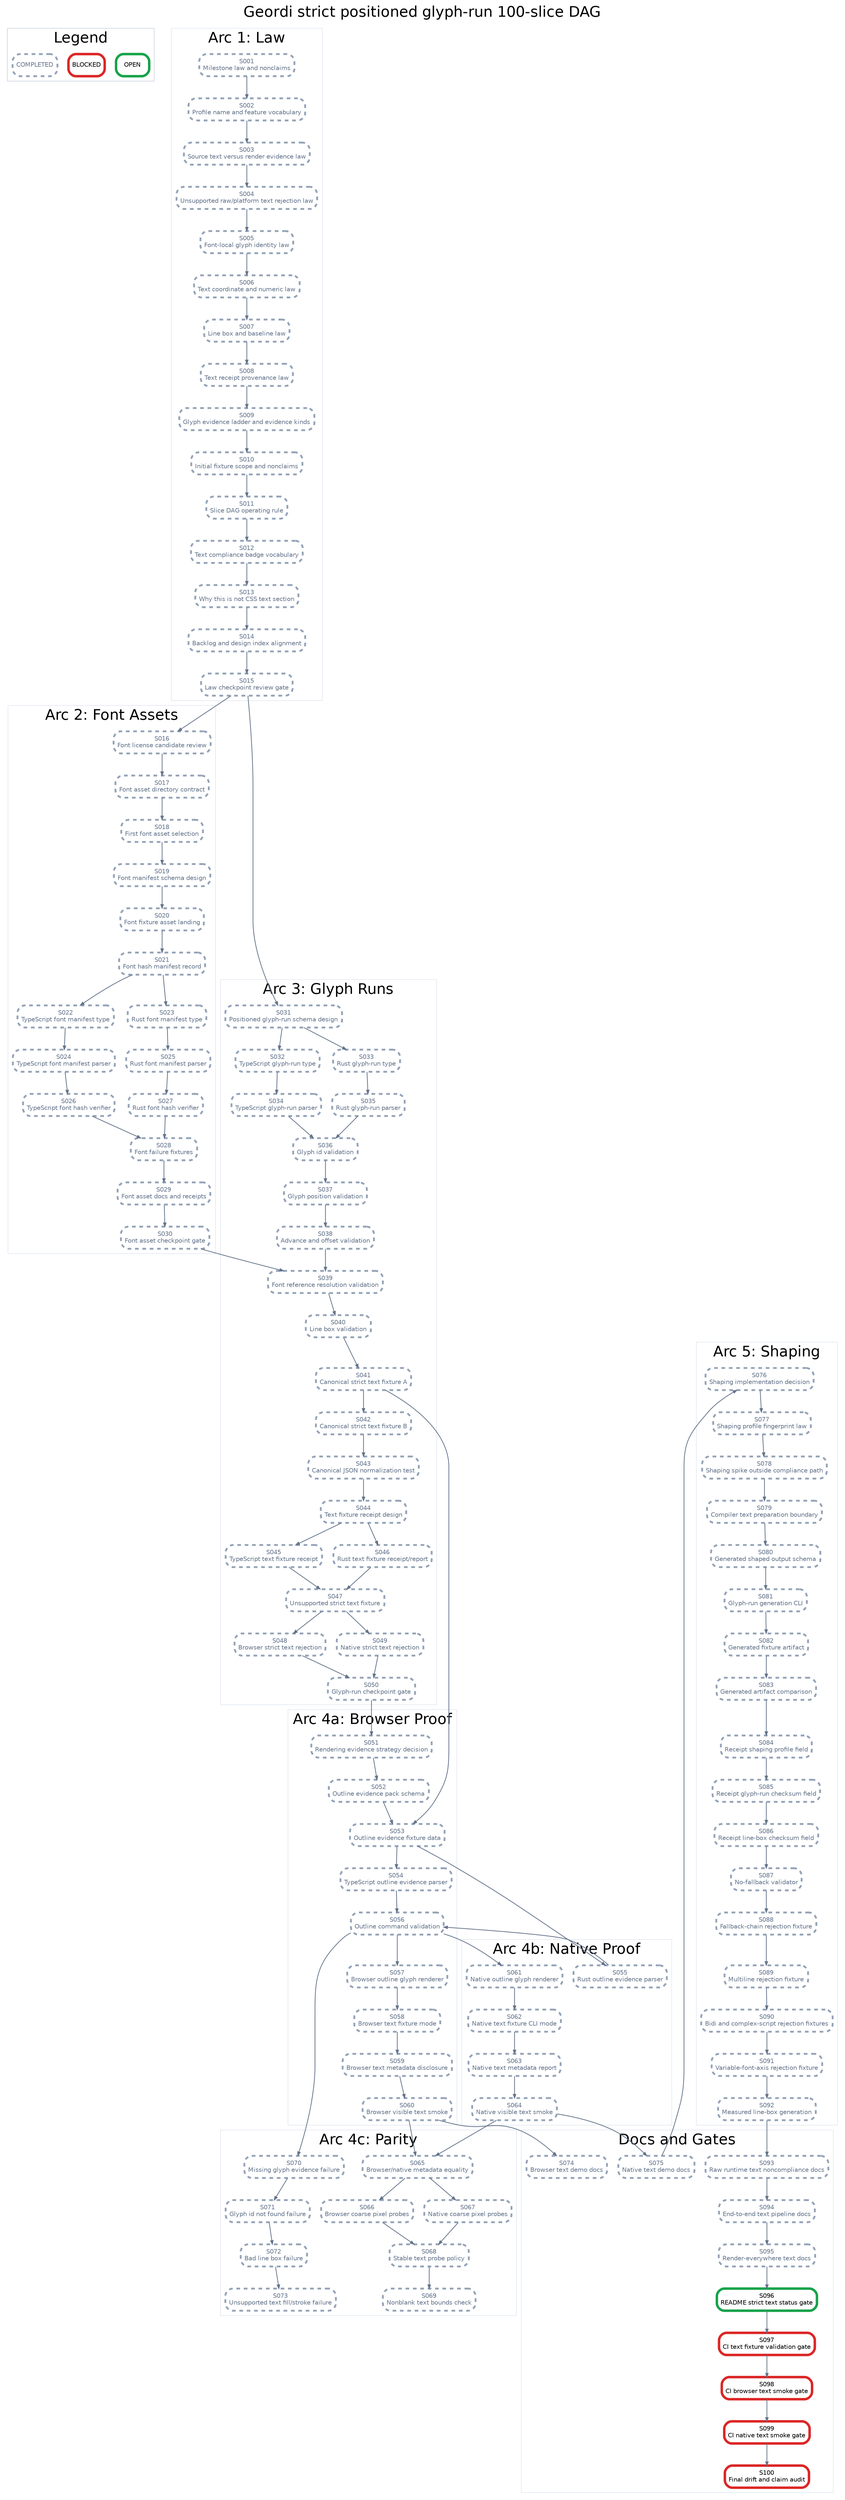
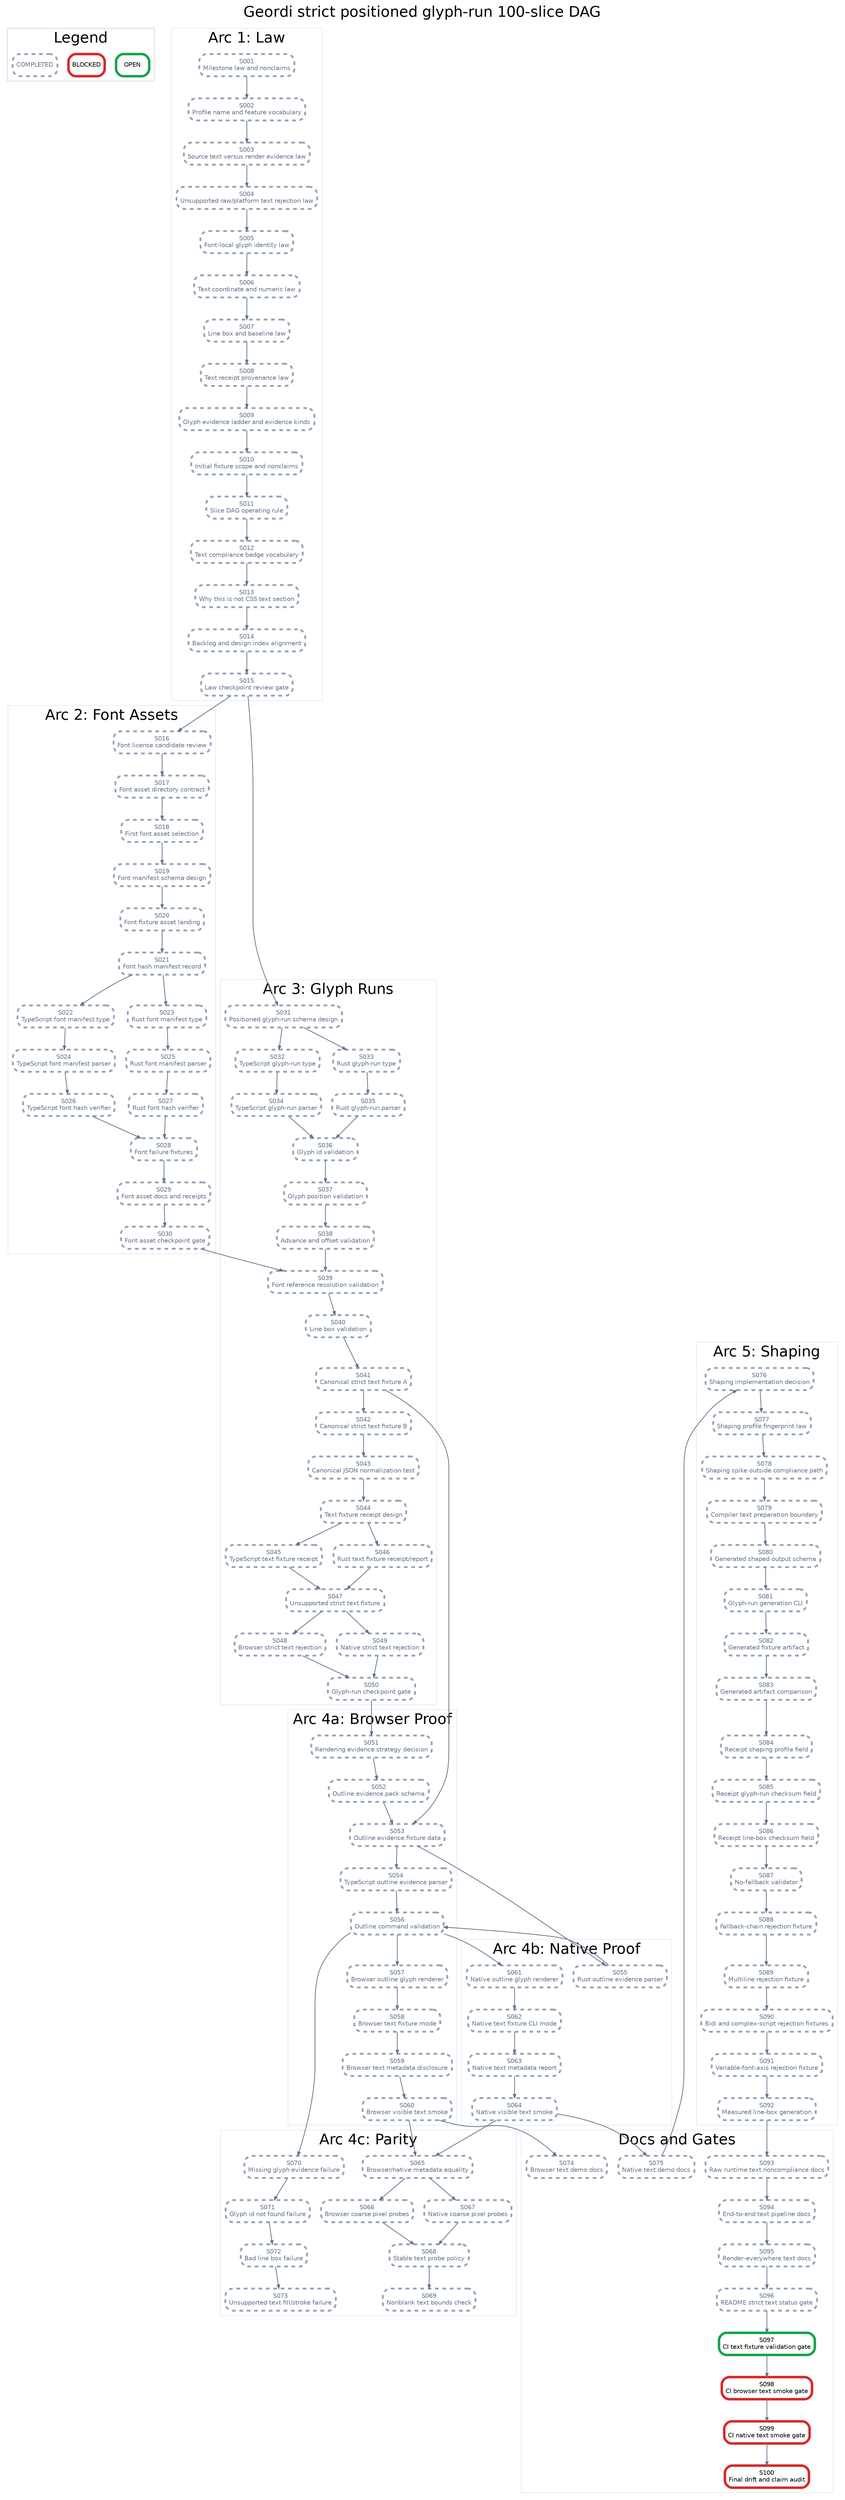
digraph StrictPositionedGlyphRunPlan {
  graph [rankdir=TB, bgcolor="white", fontname="Helvetica", label="Geordi strict positioned glyph-run 100-slice DAG", labelloc="t", fontsize=24];
  node [shape=box, style="rounded,filled", fillcolor="white", fontname="Helvetica", fontsize=10, margin="0.08,0.05"];
  edge [color="#64748b", arrowsize=0.6, penwidth=1.2];

  subgraph cluster_legend {
    label="Legend";
    color="#cbd5e1";
    legend_open [label="OPEN", color="#16a34a", penwidth=4];
    legend_blocked [label="BLOCKED", color="#dc2626", penwidth=4];
    legend_done [label="COMPLETED", color="#94a3b8", penwidth=3, style="rounded,filled,dashed", fontcolor="#64748b"];
  }

  subgraph cluster_law {
    label="Arc 1: Law";
    color="#e2e8f0";
    S001 [label="S001\nMilestone law and nonclaims", color="#94a3b8", penwidth=3, style="rounded,filled,dashed", fontcolor="#64748b"];
    S002 [label="S002\nProfile name and feature vocabulary", color="#94a3b8", penwidth=3, style="rounded,filled,dashed", fontcolor="#64748b"];
    S003 [label="S003\nSource text versus render evidence law", color="#94a3b8", penwidth=3, style="rounded,filled,dashed", fontcolor="#64748b"];
    S004 [label="S004\nUnsupported raw/platform text rejection law", color="#94a3b8", penwidth=3, style="rounded,filled,dashed", fontcolor="#64748b"];
    S005 [label="S005\nFont-local glyph identity law", color="#94a3b8", penwidth=3, style="rounded,filled,dashed", fontcolor="#64748b"];
    S006 [label="S006\nText coordinate and numeric law", color="#94a3b8", penwidth=3, style="rounded,filled,dashed", fontcolor="#64748b"];
    S007 [label="S007\nLine box and baseline law", color="#94a3b8", penwidth=3, style="rounded,filled,dashed", fontcolor="#64748b"];
    S008 [label="S008\nText receipt provenance law", color="#94a3b8", penwidth=3, style="rounded,filled,dashed", fontcolor="#64748b"];
    S009 [label="S009\nGlyph evidence ladder and evidence kinds", color="#94a3b8", penwidth=3, style="rounded,filled,dashed", fontcolor="#64748b"];
    S010 [label="S010\nInitial fixture scope and nonclaims", color="#94a3b8", penwidth=3, style="rounded,filled,dashed", fontcolor="#64748b"];
    S011 [label="S011\nSlice DAG operating rule", color="#94a3b8", penwidth=3, style="rounded,filled,dashed", fontcolor="#64748b"];
    S012 [label="S012\nText compliance badge vocabulary", color="#94a3b8", penwidth=3, style="rounded,filled,dashed", fontcolor="#64748b"];
    S013 [label="S013\nWhy this is not CSS text section", color="#94a3b8", penwidth=3, style="rounded,filled,dashed", fontcolor="#64748b"];
    S014 [label="S014\nBacklog and design index alignment", color="#94a3b8", penwidth=3, style="rounded,filled,dashed", fontcolor="#64748b"];
    S015 [label="S015\nLaw checkpoint review gate", color="#94a3b8", penwidth=3, style="rounded,filled,dashed", fontcolor="#64748b"];
  }

  subgraph cluster_assets {
    label="Arc 2: Font Assets";
    color="#e2e8f0";
    S016 [label="S016\nFont license candidate review", color="#94a3b8", penwidth=3, style="rounded,filled,dashed", fontcolor="#64748b"];
    S017 [label="S017\nFont asset directory contract", color="#94a3b8", penwidth=3, style="rounded,filled,dashed", fontcolor="#64748b"];
    S018 [label="S018\nFirst font asset selection", color="#94a3b8", penwidth=3, style="rounded,filled,dashed", fontcolor="#64748b"];
    S019 [label="S019\nFont manifest schema design", color="#94a3b8", penwidth=3, style="rounded,filled,dashed", fontcolor="#64748b"];
    S020 [label="S020\nFont fixture asset landing", color="#94a3b8", penwidth=3, style="rounded,filled,dashed", fontcolor="#64748b"];
    S021 [label="S021\nFont hash manifest record", color="#94a3b8", penwidth=3, style="rounded,filled,dashed", fontcolor="#64748b"];
    S022 [label="S022\nTypeScript font manifest type", color="#94a3b8", penwidth=3, style="rounded,filled,dashed", fontcolor="#64748b"];
    S023 [label="S023\nRust font manifest type", color="#94a3b8", penwidth=3, style="rounded,filled,dashed", fontcolor="#64748b"];
    S024 [label="S024\nTypeScript font manifest parser", color="#94a3b8", penwidth=3, style="rounded,filled,dashed", fontcolor="#64748b"];
    S025 [label="S025\nRust font manifest parser", color="#94a3b8", penwidth=3, style="rounded,filled,dashed", fontcolor="#64748b"];
    S026 [label="S026\nTypeScript font hash verifier", color="#94a3b8", penwidth=3, style="rounded,filled,dashed", fontcolor="#64748b"];
    S027 [label="S027\nRust font hash verifier", color="#94a3b8", penwidth=3, style="rounded,filled,dashed", fontcolor="#64748b"];
    S028 [label="S028\nFont failure fixtures", color="#94a3b8", penwidth=3, style="rounded,filled,dashed", fontcolor="#64748b"];
    S029 [label="S029\nFont asset docs and receipts", color="#94a3b8", penwidth=3, style="rounded,filled,dashed", fontcolor="#64748b"];
    S030 [label="S030\nFont asset checkpoint gate", color="#94a3b8", penwidth=3, style="rounded,filled,dashed", fontcolor="#64748b"];
  }

  subgraph cluster_glyph {
    label="Arc 3: Glyph Runs";
    color="#e2e8f0";
    S031 [label="S031\nPositioned glyph-run schema design", color="#94a3b8", penwidth=3, style="rounded,filled,dashed", fontcolor="#64748b"];
    S032 [label="S032\nTypeScript glyph-run type", color="#94a3b8", penwidth=3, style="rounded,filled,dashed", fontcolor="#64748b"];
    S033 [label="S033\nRust glyph-run type", color="#94a3b8", penwidth=3, style="rounded,filled,dashed", fontcolor="#64748b"];
    S034 [label="S034\nTypeScript glyph-run parser", color="#94a3b8", penwidth=3, style="rounded,filled,dashed", fontcolor="#64748b"];
    S035 [label="S035\nRust glyph-run parser", color="#94a3b8", penwidth=3, style="rounded,filled,dashed", fontcolor="#64748b"];
    S036 [label="S036\nGlyph id validation", color="#94a3b8", penwidth=3, style="rounded,filled,dashed", fontcolor="#64748b"];
    S037 [label="S037\nGlyph position validation", color="#94a3b8", penwidth=3, style="rounded,filled,dashed", fontcolor="#64748b"];
    S038 [label="S038\nAdvance and offset validation", color="#94a3b8", penwidth=3, style="rounded,filled,dashed", fontcolor="#64748b"];
    S039 [label="S039\nFont reference resolution validation", color="#94a3b8", penwidth=3, style="rounded,filled,dashed", fontcolor="#64748b"];
    S040 [label="S040\nLine box validation", color="#94a3b8", penwidth=3, style="rounded,filled,dashed", fontcolor="#64748b"];
    S041 [label="S041\nCanonical strict text fixture A", color="#94a3b8", penwidth=3, style="rounded,filled,dashed", fontcolor="#64748b"];
    S042 [label="S042\nCanonical strict text fixture B", color="#94a3b8", penwidth=3, style="rounded,filled,dashed", fontcolor="#64748b"];
    S043 [label="S043\nCanonical JSON normalization test", color="#94a3b8", penwidth=3, style="rounded,filled,dashed", fontcolor="#64748b"];
    S044 [label="S044\nText fixture receipt design", color="#94a3b8", penwidth=3, style="rounded,filled,dashed", fontcolor="#64748b"];
    S045 [label="S045\nTypeScript text fixture receipt", color="#94a3b8", penwidth=3, style="rounded,filled,dashed", fontcolor="#64748b"];
    S046 [label="S046\nRust text fixture receipt/report", color="#94a3b8", penwidth=3, style="rounded,filled,dashed", fontcolor="#64748b"];
    S047 [label="S047\nUnsupported strict text fixture", color="#94a3b8", penwidth=3, style="rounded,filled,dashed", fontcolor="#64748b"];
    S048 [label="S048\nBrowser strict text rejection", color="#94a3b8", penwidth=3, style="rounded,filled,dashed", fontcolor="#64748b"];
    S049 [label="S049\nNative strict text rejection", color="#94a3b8", penwidth=3, style="rounded,filled,dashed", fontcolor="#64748b"];
    S050 [label="S050\nGlyph-run checkpoint gate", color="#94a3b8", penwidth=3, style="rounded,filled,dashed", fontcolor="#64748b"];
  }

  subgraph cluster_browser {
    label="Arc 4a: Browser Proof";
    color="#e2e8f0";
    S051 [label="S051\nRendering evidence strategy decision", color="#94a3b8", penwidth=3, style="rounded,filled,dashed", fontcolor="#64748b"];
    S052 [label="S052\nOutline evidence pack schema", color="#94a3b8", penwidth=3, style="rounded,filled,dashed", fontcolor="#64748b"];
    S053 [label="S053\nOutline evidence fixture data", color="#94a3b8", penwidth=3, style="rounded,filled,dashed", fontcolor="#64748b"];
    S054 [label="S054\nTypeScript outline evidence parser", color="#94a3b8", penwidth=3, style="rounded,filled,dashed", fontcolor="#64748b"];
    S056 [label="S056\nOutline command validation", color="#94a3b8", penwidth=3, style="rounded,filled,dashed", fontcolor="#64748b"];
    S057 [label="S057\nBrowser outline glyph renderer", color="#94a3b8", penwidth=3, style="rounded,filled,dashed", fontcolor="#64748b"];
    S058 [label="S058\nBrowser text fixture mode", color="#94a3b8", penwidth=3, style="rounded,filled,dashed", fontcolor="#64748b"];
    S059 [label="S059\nBrowser text metadata disclosure", color="#94a3b8", penwidth=3, style="rounded,filled,dashed", fontcolor="#64748b"];
    S060 [label="S060\nBrowser visible text smoke", color="#94a3b8", penwidth=3, style="rounded,filled,dashed", fontcolor="#64748b"];
  }

  subgraph cluster_native {
    label="Arc 4b: Native Proof";
    color="#e2e8f0";
    S055 [label="S055\nRust outline evidence parser", color="#94a3b8", penwidth=3, style="rounded,filled,dashed", fontcolor="#64748b"];
    S061 [label="S061\nNative outline glyph renderer", color="#94a3b8", penwidth=3, style="rounded,filled,dashed", fontcolor="#64748b"];
    S062 [label="S062\nNative text fixture CLI mode", color="#94a3b8", penwidth=3, style="rounded,filled,dashed", fontcolor="#64748b"];
    S063 [label="S063\nNative text metadata report", color="#94a3b8", penwidth=3, style="rounded,filled,dashed", fontcolor="#64748b"];
    S064 [label="S064\nNative visible text smoke", color="#94a3b8", penwidth=3, style="rounded,filled,dashed", fontcolor="#64748b"];
  }

  subgraph cluster_parity {
    label="Arc 4c: Parity";
    color="#e2e8f0";
    S065 [label="S065\nBrowser/native metadata equality", color="#94a3b8", penwidth=3, style="rounded,filled,dashed", fontcolor="#64748b"];
    S066 [label="S066\nBrowser coarse pixel probes", color="#94a3b8", penwidth=3, style="rounded,filled,dashed", fontcolor="#64748b"];
    S067 [label="S067\nNative coarse pixel probes", color="#94a3b8", penwidth=3, style="rounded,filled,dashed", fontcolor="#64748b"];
    S068 [label="S068\nStable text probe policy", color="#94a3b8", penwidth=3, style="rounded,filled,dashed", fontcolor="#64748b"];
    S069 [label="S069\nNonblank text bounds check", color="#94a3b8", penwidth=3, style="rounded,filled,dashed", fontcolor="#64748b"];
    S070 [label="S070\nMissing glyph evidence failure", color="#94a3b8", penwidth=3, style="rounded,filled,dashed", fontcolor="#64748b"];
    S071 [label="S071\nGlyph id not found failure", color="#94a3b8", penwidth=3, style="rounded,filled,dashed", fontcolor="#64748b"];
    S072 [label="S072\nBad line box failure", color="#94a3b8", penwidth=3, style="rounded,filled,dashed", fontcolor="#64748b"];
    S073 [label="S073\nUnsupported text fill/stroke failure", color="#94a3b8", penwidth=3, style="rounded,filled,dashed", fontcolor="#64748b"];
  }

  subgraph cluster_shaping {
    label="Arc 5: Shaping";
    color="#e2e8f0";
    S076 [label="S076\nShaping implementation decision", color="#94a3b8", penwidth=3, style="rounded,filled,dashed", fontcolor="#64748b"];
    S077 [label="S077\nShaping profile fingerprint law", color="#94a3b8", penwidth=3, style="rounded,filled,dashed", fontcolor="#64748b"];
    S078 [label="S078\nShaping spike outside compliance path", color="#94a3b8", penwidth=3, style="rounded,filled,dashed", fontcolor="#64748b"];
    S079 [label="S079\nCompiler text preparation boundary", color="#94a3b8", penwidth=3, style="rounded,filled,dashed", fontcolor="#64748b"];
    S080 [label="S080\nGenerated shaped output schema", color="#94a3b8", penwidth=3, style="rounded,filled,dashed", fontcolor="#64748b"];
    S081 [label="S081\nGlyph-run generation CLI", color="#94a3b8", penwidth=3, style="rounded,filled,dashed", fontcolor="#64748b"];
    S082 [label="S082\nGenerated fixture artifact", color="#94a3b8", penwidth=3, style="rounded,filled,dashed", fontcolor="#64748b"];
    S083 [label="S083\nGenerated artifact comparison", color="#94a3b8", penwidth=3, style="rounded,filled,dashed", fontcolor="#64748b"];
    S084 [label="S084\nReceipt shaping profile field", color="#94a3b8", penwidth=3, style="rounded,filled,dashed", fontcolor="#64748b"];
    S085 [label="S085\nReceipt glyph-run checksum field", color="#94a3b8", penwidth=3, style="rounded,filled,dashed", fontcolor="#64748b"];
    S086 [label="S086\nReceipt line-box checksum field", color="#94a3b8", penwidth=3, style="rounded,filled,dashed", fontcolor="#64748b"];
    S087 [label="S087\nNo-fallback validator", color="#94a3b8", penwidth=3, style="rounded,filled,dashed", fontcolor="#64748b"];
    S088 [label="S088\nFallback-chain rejection fixture", color="#94a3b8", penwidth=3, style="rounded,filled,dashed", fontcolor="#64748b"];
    S089 [label="S089\nMultiline rejection fixture", color="#94a3b8", penwidth=3, style="rounded,filled,dashed", fontcolor="#64748b"];
    S090 [label="S090\nBidi and complex-script rejection fixtures", color="#94a3b8", penwidth=3, style="rounded,filled,dashed", fontcolor="#64748b"];
    S091 [label="S091\nVariable-font-axis rejection fixture", color="#94a3b8", penwidth=3, style="rounded,filled,dashed", fontcolor="#64748b"];
    S092 [label="S092\nMeasured line-box generation", color="#94a3b8", penwidth=3, style="rounded,filled,dashed", fontcolor="#64748b"];
  }

  subgraph cluster_docs {
    label="Docs and Gates";
    color="#e2e8f0";
    S074 [label="S074\nBrowser text demo docs", color="#94a3b8", penwidth=3, style="rounded,filled,dashed", fontcolor="#64748b"];
    S075 [label="S075\nNative text demo docs", color="#94a3b8", penwidth=3, style="rounded,filled,dashed", fontcolor="#64748b"];
    S093 [label="S093\nRaw runtime text noncompliance docs", color="#94a3b8", penwidth=3, style="rounded,filled,dashed", fontcolor="#64748b"];
    S094 [label="S094\nEnd-to-end text pipeline docs", color="#94a3b8", penwidth=3, style="rounded,filled,dashed", fontcolor="#64748b"];
    S095 [label="S095\nRender-everywhere text docs", color="#94a3b8", penwidth=3, style="rounded,filled,dashed", fontcolor="#64748b"];
-     S096 [label="S096\nREADME strict text status gate", color="#16a34a", penwidth=4];
-     S097 [label="S097\nCI text fixture validation gate", color="#dc2626", penwidth=4];
+     S096 [label="S096\nREADME strict text status gate", color="#94a3b8", penwidth=3, style="rounded,filled,dashed", fontcolor="#64748b"];
+     S097 [label="S097\nCI text fixture validation gate", color="#16a34a", penwidth=4];
    S098 [label="S098\nCI browser text smoke gate", color="#dc2626", penwidth=4];
    S099 [label="S099\nCI native text smoke gate", color="#dc2626", penwidth=4];
    S100 [label="S100\nFinal drift and claim audit", color="#dc2626", penwidth=4];
  }

  S001 -> S002;
  S002 -> S003;
  S003 -> S004;
  S004 -> S005;
  S005 -> S006;
  S006 -> S007;
  S007 -> S008;
  S008 -> S009;
  S009 -> S010;
  S010 -> S011;
  S011 -> S012;
  S012 -> S013;
  S013 -> S014;
  S014 -> S015;
  S015 -> S016;
  S016 -> S017;
  S017 -> S018;
  S018 -> S019;
  S019 -> S020;
  S020 -> S021;
  S021 -> S022;
  S021 -> S023;
  S022 -> S024;
  S023 -> S025;
  S024 -> S026;
  S025 -> S027;
  S026 -> S028;
  S027 -> S028;
  S028 -> S029;
  S029 -> S030;
  S015 -> S031;
  S031 -> S032;
  S031 -> S033;
  S032 -> S034;
  S033 -> S035;
  S034 -> S036;
  S035 -> S036;
  S036 -> S037;
  S037 -> S038;
  S038 -> S039;
  S039 -> S040;
  S030 -> S039;
  S040 -> S041;
  S041 -> S042;
  S042 -> S043;
  S043 -> S044;
  S044 -> S045;
  S044 -> S046;
  S045 -> S047;
  S046 -> S047;
  S047 -> S048;
  S047 -> S049;
  S048 -> S050;
  S049 -> S050;
  S050 -> S051;
  S051 -> S052;
  S052 -> S053;
  S041 -> S053;
  S053 -> S054;
  S053 -> S055;
  S054 -> S056;
  S055 -> S056;
  S056 -> S057;
  S057 -> S058;
  S058 -> S059;
  S059 -> S060;
  S056 -> S061;
  S061 -> S062;
  S062 -> S063;
  S063 -> S064;
  S060 -> S065;
  S064 -> S065;
  S065 -> S066;
  S065 -> S067;
  S066 -> S068;
  S067 -> S068;
  S068 -> S069;
  S056 -> S070;
  S070 -> S071;
  S071 -> S072;
  S072 -> S073;
  S060 -> S074;
  S064 -> S075;
  S075 -> S076;
  S076 -> S077;
  S077 -> S078;
  S078 -> S079;
  S079 -> S080;
  S080 -> S081;
  S081 -> S082;
  S082 -> S083;
  S083 -> S084;
  S084 -> S085;
  S085 -> S086;
  S086 -> S087;
  S087 -> S088;
  S088 -> S089;
  S089 -> S090;
  S090 -> S091;
  S091 -> S092;
  S092 -> S093;
  S093 -> S094;
  S094 -> S095;
  S095 -> S096;
  S096 -> S097;
  S097 -> S098;
  S098 -> S099;
  S099 -> S100;
}
